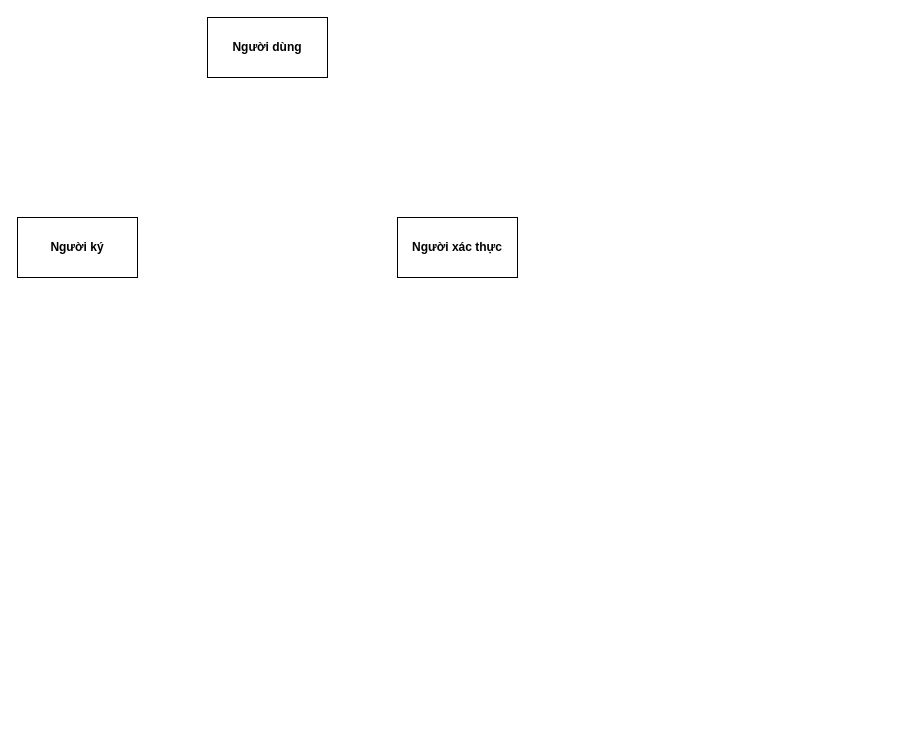
This is DS.drawio from huyle84/diagrams, a draw.io file, before an edit. Source tidied: cells renumbered, new cells numbered last; positions are measured from the earlier drawing's top-left corner, leaving out a move shared by most shapes. Both pictures are drawn from the tidied source at 100%, with x=0, y=0 at pixel (17, 17).
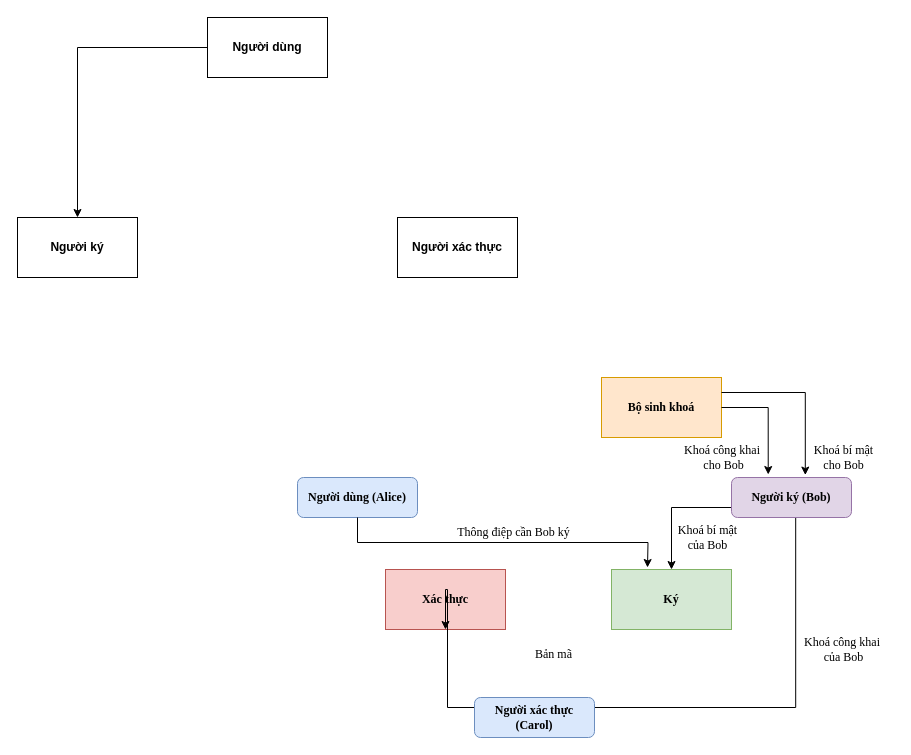
Above is the later version.

Unchanged cells that the change refers to:
```xml
<mxCell id="2" value="Người dùng" style="rounded=0;whiteSpace=wrap;html=1;fontStyle=1;" parent="1" vertex="1">
  <mxGeometry x="190" width="120" height="60" as="geometry" />
</mxCell>
<mxCell id="4" value="Người ký" style="rounded=0;whiteSpace=wrap;html=1;fontStyle=1;" parent="1" vertex="1">
  <mxGeometry y="200" width="120" height="60" as="geometry" />
</mxCell>
```

Change to the diagram source:
```diff
@@
+    <mxCell id="5" style="edgeStyle=orthogonalEdgeStyle;rounded=0;jettySize=auto;html=1;exitX=0;exitY=0.5;exitDx=0;exitDy=0;entryX=0.5;entryY=0;entryDx=0;entryDy=0;" parent="1" edge="1" source="2" target="4">
+      <mxGeometry relative="1" as="geometry" />
+    </mxCell>
@@
+    <mxCell id="6" value="&lt;font face=&quot;Times New Roman&quot;&gt;&lt;b&gt;Xác thực&lt;/b&gt;&lt;/font&gt;" style="rounded=0;whiteSpace=wrap;html=1;fillColor=#f8cecc;strokeColor=#b85450;" parent="1" vertex="1">
+      <mxGeometry x="368" y="552" width="120" height="60" as="geometry" />
+    </mxCell>
+    <mxCell id="7" value="&lt;font face=&quot;Times New Roman&quot;&gt;&lt;b&gt;Ký&lt;/b&gt;&lt;/font&gt;" style="rounded=0;whiteSpace=wrap;html=1;fillColor=#d5e8d4;strokeColor=#82b366;" parent="1" vertex="1">
+      <mxGeometry x="594" y="552" width="120" height="60" as="geometry" />
+    </mxCell>
+    <mxCell id="8" style="edgeStyle=orthogonalEdgeStyle;rounded=0;jettySize=auto;html=1;exitX=0;exitY=0.5;exitDx=0;exitDy=0;entryX=0.5;entryY=1;entryDx=0;entryDy=0;" parent="1" edge="1" target="6">
+      <mxGeometry relative="1" as="geometry">
+        <mxPoint x="778.2" y="500" as="sourcePoint" />
+        <Array as="points">
+          <mxPoint x="778" y="690" />
+          <mxPoint x="430" y="690" />
+          <mxPoint x="430" y="572" />
+          <mxPoint x="428" y="572" />
+        </Array>
+      </mxGeometry>
+    </mxCell>
+    <mxCell id="9" value="&lt;font face=&quot;Times New Roman&quot;&gt;Bộ sinh khoá&lt;/font&gt;" style="rounded=0;whiteSpace=wrap;html=1;fillColor=#ffe6cc;strokeColor=#d79b00;fontStyle=1;" parent="1" vertex="1">
+      <mxGeometry x="584" y="360" width="120" height="60" as="geometry" />
+    </mxCell>
+    <mxCell id="10" value="&lt;font face=&quot;Times New Roman&quot;&gt;Khoá công khai&amp;nbsp;&lt;/font&gt;&lt;div&gt;&lt;font face=&quot;Times New Roman&quot;&gt;của Bob&lt;/font&gt;&lt;/div&gt;" style="text;html=1;align=center;verticalAlign=middle;strokeColor=none;fillColor=none;" parent="1" vertex="1">
+      <mxGeometry x="776" y="612" width="100" height="40" as="geometry" />
+    </mxCell>
+    <mxCell id="11" value="&lt;font face=&quot;Times New Roman&quot;&gt;Khoá bí mật&lt;/font&gt;&lt;div&gt;&lt;font face=&quot;Times New Roman&quot;&gt;của Bob&lt;/font&gt;&lt;br&gt;&lt;/div&gt;" style="text;html=1;align=center;verticalAlign=middle;strokeColor=none;fillColor=none;" parent="1" vertex="1">
+      <mxGeometry x="650" y="500" width="80" height="40" as="geometry" />
+    </mxCell>
+    <mxCell id="12" value="&lt;font face=&quot;Times New Roman&quot;&gt;Bản mã&lt;/font&gt;&lt;div&gt;&lt;br&gt;&lt;/div&gt;" style="text;html=1;align=center;verticalAlign=middle;strokeColor=none;fillColor=none;" parent="1" vertex="1">
+      <mxGeometry x="506" y="624" width="60" height="40" as="geometry" />
+    </mxCell>
+    <mxCell id="13" value="&lt;font face=&quot;Times New Roman&quot;&gt;Người dùng (Alice)&lt;/font&gt;" style="rounded=1;whiteSpace=wrap;html=1;fontStyle=1;fillColor=#dae8fc;strokeColor=#6c8ebf;" parent="1" vertex="1">
+      <mxGeometry x="280" y="460" width="120" height="40" as="geometry" />
+    </mxCell>
+    <mxCell id="14" style="edgeStyle=orthogonalEdgeStyle;rounded=0;jettySize=auto;html=1;exitX=0;exitY=0.75;exitDx=0;exitDy=0;entryX=0.5;entryY=0;entryDx=0;entryDy=0;" parent="1" edge="1" source="15" target="7">
+      <mxGeometry relative="1" as="geometry" />
+    </mxCell>
+    <mxCell id="15" value="&lt;font face=&quot;Times New Roman&quot;&gt;Người ký (Bob)&lt;/font&gt;" style="rounded=1;whiteSpace=wrap;html=1;fontStyle=1;fillColor=#e1d5e7;strokeColor=#9673a6;" parent="1" vertex="1">
+      <mxGeometry x="714" y="460" width="120" height="40" as="geometry" />
+    </mxCell>
+    <mxCell id="16" value="&lt;font face=&quot;Times New Roman&quot;&gt;Thông điệp cần Bob ký&lt;/font&gt;" style="text;html=1;align=center;verticalAlign=middle;strokeColor=none;fillColor=none;" parent="1" vertex="1">
+      <mxGeometry x="426" y="500" width="140" height="30" as="geometry" />
+    </mxCell>
+    <mxCell id="17" style="edgeStyle=orthogonalEdgeStyle;rounded=0;jettySize=auto;html=1;exitX=0.5;exitY=1;exitDx=0;exitDy=0;" parent="1" edge="1" source="13">
+      <mxGeometry relative="1" as="geometry">
+        <mxPoint x="630" y="550" as="targetPoint" />
+      </mxGeometry>
+    </mxCell>
+    <mxCell id="18" value="&lt;font face=&quot;Times New Roman&quot;&gt;Khoá công khai&amp;nbsp;&lt;/font&gt;&lt;div&gt;&lt;font face=&quot;Times New Roman&quot;&gt;cho Bob&lt;/font&gt;&lt;/div&gt;" style="text;html=1;align=center;verticalAlign=middle;strokeColor=none;fillColor=none;" parent="1" vertex="1">
+      <mxGeometry x="656" y="420" width="100" height="40" as="geometry" />
+    </mxCell>
+    <mxCell id="19" style="edgeStyle=orthogonalEdgeStyle;rounded=0;jettySize=auto;html=1;exitX=1;exitY=0.5;exitDx=0;exitDy=0;entryX=0.306;entryY=-0.075;entryDx=0;entryDy=0;entryPerimeter=0;" parent="1" edge="1" source="9" target="15">
+      <mxGeometry relative="1" as="geometry" />
+    </mxCell>
+    <mxCell id="20" style="edgeStyle=orthogonalEdgeStyle;rounded=0;jettySize=auto;html=1;exitX=1;exitY=0.25;exitDx=0;exitDy=0;entryX=0.615;entryY=-0.061;entryDx=0;entryDy=0;entryPerimeter=0;" parent="1" edge="1" source="9" target="15">
+      <mxGeometry relative="1" as="geometry" />
+    </mxCell>
+    <mxCell id="21" value="&lt;font face=&quot;Times New Roman&quot;&gt;Khoá bí mật&lt;/font&gt;&lt;div&gt;&lt;font face=&quot;Times New Roman&quot;&gt;cho Bob&lt;/font&gt;&lt;br&gt;&lt;/div&gt;" style="text;html=1;align=center;verticalAlign=middle;strokeColor=none;fillColor=none;" parent="1" vertex="1">
+      <mxGeometry x="786" y="420" width="80" height="40" as="geometry" />
+    </mxCell>
+    <mxCell id="22" value="&lt;font face=&quot;Times New Roman&quot;&gt;Người xác thực (Carol)&lt;/font&gt;" style="rounded=1;whiteSpace=wrap;html=1;fontStyle=1;fillColor=#dae8fc;strokeColor=#6c8ebf;" parent="1" vertex="1">
+      <mxGeometry x="457" y="680" width="120" height="40" as="geometry" />
+    </mxCell>
```
